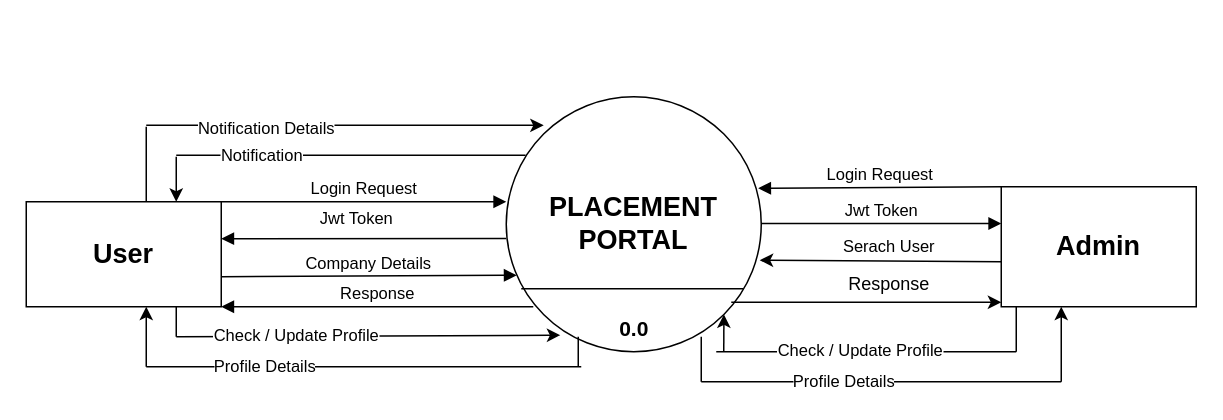
Before: placement_dfd.drawio in shalulaha/Minor_Project, a draw.io diagram. Source tidied: cells renumbered, new cells numbered last; positions are measured from the earlier drawing's top-left corner, leaving out a move shared by most shapes. Both pictures are drawn from the tidied source at 150%, with x=0, y=0 at pixel (26, 96).
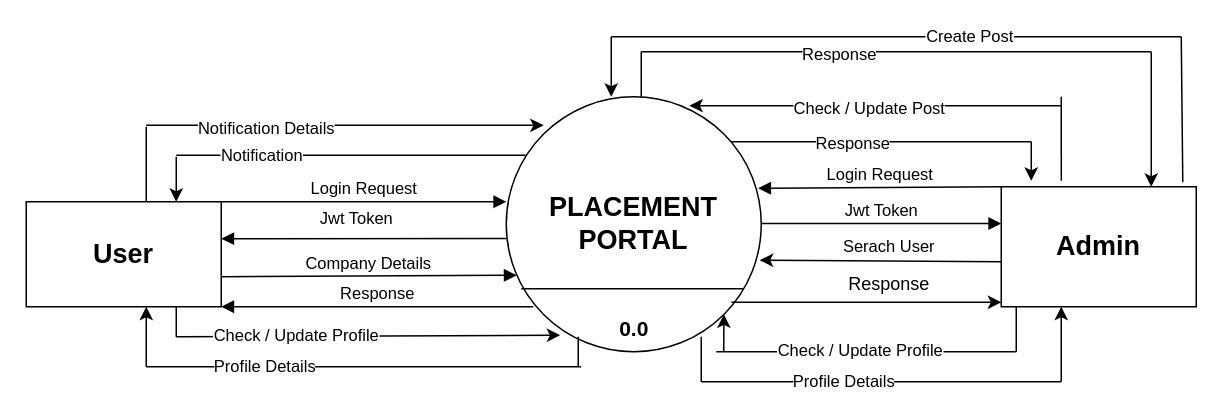
The same diagram, later.

Unchanged cells that the change refers to:
```xml
<mxCell id="2" value="&lt;b&gt;&lt;font style=&quot;font-size: 18px;&quot;&gt;PLACEMENT PORTAL&lt;/font&gt;&lt;/b&gt;" style="ellipse;whiteSpace=wrap;html=1;" parent="1" vertex="1">
  <mxGeometry x="320" width="170" height="170" as="geometry" />
</mxCell>
<mxCell id="4" value="&lt;font style=&quot;font-size: 18px;&quot;&gt;&lt;b&gt;Admin&lt;/b&gt;&lt;/font&gt;" style="whiteSpace=wrap;html=1;align=center;" parent="1" vertex="1">
  <mxGeometry x="650" y="60" width="130" height="80" as="geometry" />
</mxCell>
```

Diff of the diagram source:
```diff
@@
+    <mxCell id="38" style="endArrow=classic;html=1;rounded=0;entryX=0.718;entryY=0.035;entryDx=0;entryDy=0;entryPerimeter=0;" parent="1" edge="1" target="2">
+      <mxGeometry relative="1" as="geometry">
+        <mxPoint x="690" y="6" as="sourcePoint" />
+      </mxGeometry>
+    </mxCell>
+    <mxCell id="39" value="Check / Update Post" style="edgeLabel;html=1;align=center;verticalAlign=middle;" parent="38" vertex="1">
+      <mxGeometry x="0.03" y="2" relative="1" as="geometry" />
+    </mxCell>
+    <mxCell id="40" style="endArrow=none;html=1;rounded=0;exitX=0.308;exitY=-0.05;exitDx=0;exitDy=0;exitPerimeter=0;" parent="1" edge="1" source="4">
+      <mxGeometry relative="1" as="geometry">
+        <mxPoint x="690" as="targetPoint" />
+      </mxGeometry>
+    </mxCell>
+    <mxCell id="41" style="endArrow=none;html=1;rounded=0;" parent="1" edge="1">
+      <mxGeometry relative="1" as="geometry">
+        <mxPoint x="470" y="30" as="sourcePoint" />
+        <mxPoint x="670" y="30" as="targetPoint" />
+      </mxGeometry>
+    </mxCell>
+    <mxCell id="42" value="Response" style="edgeLabel;html=1;align=center;verticalAlign=middle;" parent="41" vertex="1">
+      <mxGeometry x="-0.4" relative="1" as="geometry">
+        <mxPoint x="20" as="offset" />
+      </mxGeometry>
+    </mxCell>
+    <mxCell id="43" style="endArrow=classic;html=1;rounded=0;entryX=0.154;entryY=-0.05;entryDx=0;entryDy=0;entryPerimeter=0;" parent="1" edge="1" target="4">
+      <mxGeometry relative="1" as="geometry">
+        <mxPoint x="670" y="30" as="sourcePoint" />
+      </mxGeometry>
+    </mxCell>
+    <mxCell id="44" style="endArrow=classic;html=1;rounded=0;" parent="1" edge="1">
+      <mxGeometry relative="1" as="geometry">
+        <mxPoint x="750" y="-30" as="sourcePoint" />
+        <mxPoint x="750" y="60" as="targetPoint" />
+      </mxGeometry>
+    </mxCell>
+    <mxCell id="45" style="endArrow=none;html=1;rounded=0;" parent="1" edge="1">
+      <mxGeometry relative="1" as="geometry">
+        <mxPoint x="410" as="sourcePoint" />
+        <mxPoint x="410" y="-30" as="targetPoint" />
+      </mxGeometry>
+    </mxCell>
+    <mxCell id="46" style="endArrow=none;html=1;rounded=0;" parent="1" edge="1">
+      <mxGeometry relative="1" as="geometry">
+        <mxPoint x="410" y="-30" as="sourcePoint" />
+        <mxPoint x="750" y="-30" as="targetPoint" />
+      </mxGeometry>
+    </mxCell>
+    <mxCell id="47" value="Response" style="edgeLabel;html=1;align=center;verticalAlign=middle;" parent="46" vertex="1">
+      <mxGeometry x="-0.23" y="-1" relative="1" as="geometry" />
+    </mxCell>
+    <mxCell id="48" style="endArrow=classic;html=1;rounded=0;" parent="1" edge="1">
+      <mxGeometry relative="1" as="geometry">
+        <mxPoint x="390" y="-40" as="sourcePoint" />
+        <mxPoint x="390" as="targetPoint" />
+      </mxGeometry>
+    </mxCell>
+    <mxCell id="49" style="endArrow=none;html=1;rounded=0;" parent="1" edge="1">
+      <mxGeometry relative="1" as="geometry">
+        <mxPoint x="390" y="-40" as="sourcePoint" />
+        <mxPoint x="770" y="-40" as="targetPoint" />
+      </mxGeometry>
+    </mxCell>
+    <mxCell id="50" value="Create Post" style="edgeLabel;html=1;align=center;verticalAlign=middle;" parent="49" vertex="1">
+      <mxGeometry x="0.25" y="1" relative="1" as="geometry" />
+    </mxCell>
+    <mxCell id="51" style="endArrow=none;html=1;rounded=0;exitX=0.931;exitY=-0.037;exitDx=0;exitDy=0;exitPerimeter=0;" parent="1" edge="1" source="4">
+      <mxGeometry relative="1" as="geometry">
+        <mxPoint x="770" y="-40" as="targetPoint" />
+      </mxGeometry>
+    </mxCell>
```
